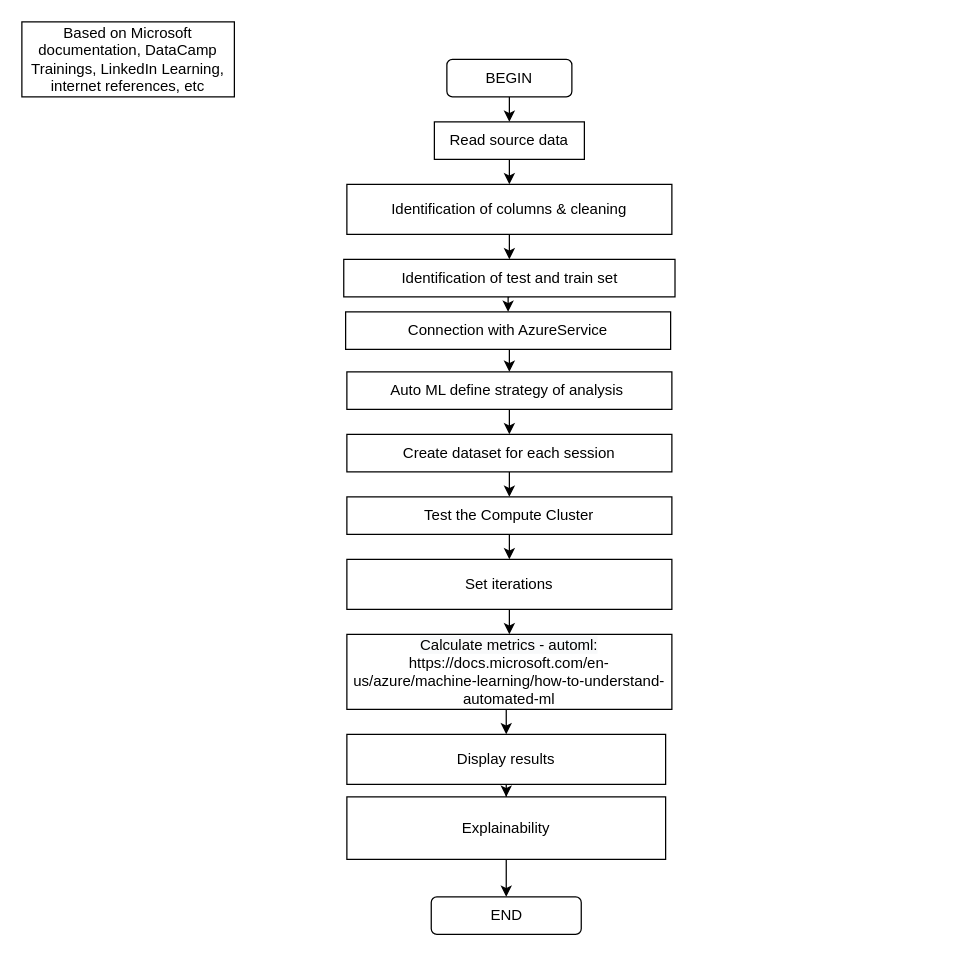
Earlier version of the draw.io diagram _docs/diagrams/[model]-ml_logic_basic_flow.drawio (brown9804/ML_Introduction). Source tidied: cells renumbered, new cells numbered last; positions are measured from the earlier drawing's top-left corner, leaving out a move shared by most shapes. Both pictures are drawn from the tidied source at 125%, with x=0, y=0 at pixel (21, 21).
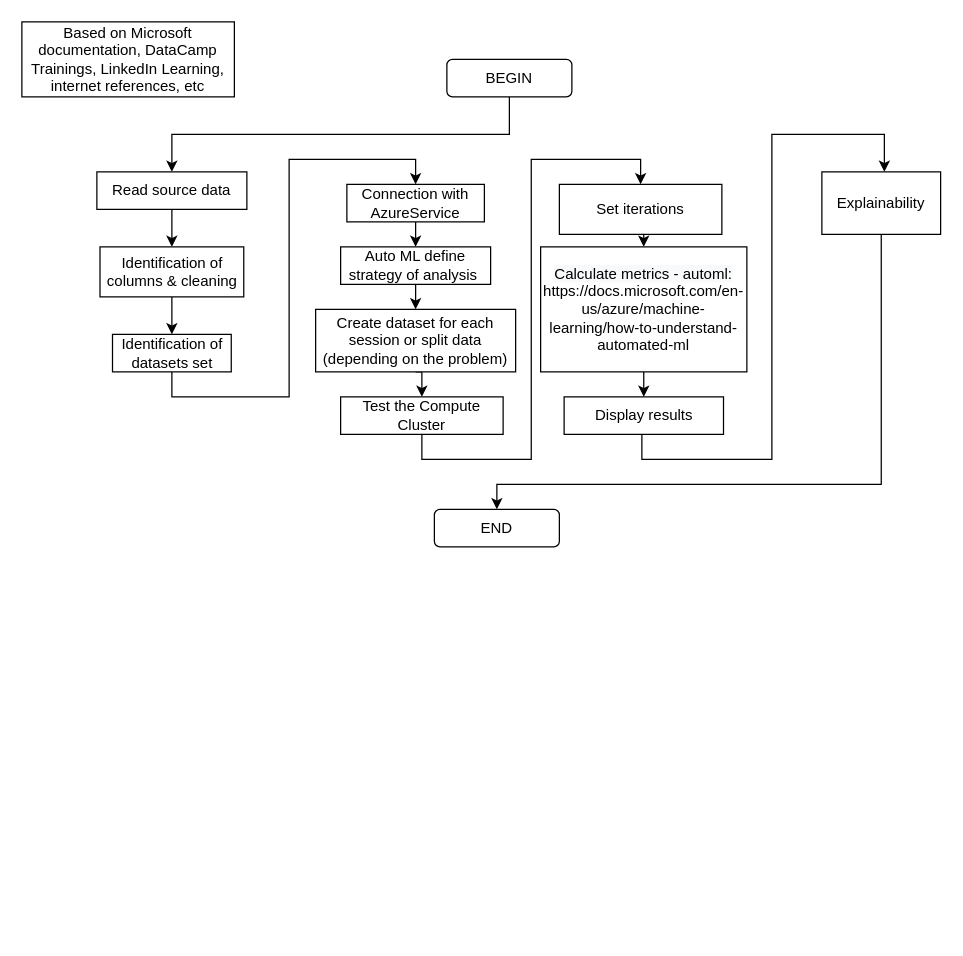
The same page after the edit.

Commit message:
formatting -> 4 stages

Diff of the diagram source:
```diff
@@
     <mxCell id="5" value="Read source data" style="rounded=0;whiteSpace=wrap;html=1;" parent="1" vertex="1">
-      <mxGeometry x="330" y="80" width="120" height="30" as="geometry" />
+      <mxGeometry x="60" y="120" width="120" height="30" as="geometry" />
     </mxCell>
@@
     <mxCell id="7" value="Identification of columns &amp;amp; cleaning" style="rounded=0;whiteSpace=wrap;html=1;" parent="1" vertex="1">
-      <mxGeometry x="260" y="130" width="260" height="40" as="geometry" />
+      <mxGeometry x="62.5" y="180" width="115" height="40" as="geometry" />
     </mxCell>
@@
-    <mxCell id="9" value="Identification of test and train set" style="rounded=0;whiteSpace=wrap;html=1;" parent="1" vertex="1">
-      <mxGeometry x="257.5" y="190" width="265" height="30" as="geometry" />
+    <mxCell id="9" value="Identification of datasets set" style="rounded=0;whiteSpace=wrap;html=1;" parent="1" vertex="1">
+      <mxGeometry x="72.5" y="250" width="95" height="30" as="geometry" />
     </mxCell>
@@
     <mxCell id="11" value="Connection with AzureService" style="rounded=0;whiteSpace=wrap;html=1;" parent="1" vertex="1">
-      <mxGeometry x="259" y="232" width="260" height="30" as="geometry" />
+      <mxGeometry x="260" y="130" width="110" height="30" as="geometry" />
     </mxCell>
@@
     <mxCell id="13" value="Auto ML define strategy of analysis&amp;nbsp;" style="rounded=0;whiteSpace=wrap;html=1;" parent="1" vertex="1">
-      <mxGeometry x="260" y="280" width="260" height="30" as="geometry" />
+      <mxGeometry x="255" y="180" width="120" height="30" as="geometry" />
     </mxCell>
@@
-    <mxCell id="15" value="Create dataset for each session" style="rounded=0;whiteSpace=wrap;html=1;" parent="1" vertex="1">
-      <mxGeometry x="260" y="330" width="260" height="30" as="geometry" />
+    <mxCell id="15" value="Create dataset for each session or split data (depending on the problem)" style="rounded=0;whiteSpace=wrap;html=1;" parent="1" vertex="1">
+      <mxGeometry x="235" y="230" width="160" height="50" as="geometry" />
     </mxCell>
@@
     <mxCell id="17" value="Test the Compute Cluster" style="rounded=0;whiteSpace=wrap;html=1;" parent="1" vertex="1">
-      <mxGeometry x="260" y="380" width="260" height="30" as="geometry" />
+      <mxGeometry x="255" y="300" width="130" height="30" as="geometry" />
     </mxCell>
@@
     <mxCell id="19" value="Set iterations" style="rounded=0;whiteSpace=wrap;html=1;" parent="1" vertex="1">
-      <mxGeometry x="260" y="430" width="260" height="40" as="geometry" />
+      <mxGeometry x="430" y="130" width="130" height="40" as="geometry" />
     </mxCell>
     <mxCell id="20" style="edgeStyle=orthogonalEdgeStyle;rounded=0;jettySize=auto;html=1;exitX=0.5;exitY=1;exitDx=0;exitDy=0;" parent="1" edge="1" source="21" target="23">
-      <mxGeometry relative="1" as="geometry" />
+      <mxGeometry relative="1" as="geometry">
+        <Array as="points">
+          <mxPoint x="496" y="330" />
+          <mxPoint x="496" y="350" />
+          <mxPoint x="600" y="350" />
+          <mxPoint x="600" y="90" />
+          <mxPoint x="690" y="90" />
+        </Array>
+      </mxGeometry>
     </mxCell>
     <mxCell id="21" value="Display results" style="rounded=0;whiteSpace=wrap;html=1;" parent="1" vertex="1">
-      <mxGeometry x="260" y="570" width="255" height="40" as="geometry" />
+      <mxGeometry x="433.8" y="300" width="127.5" height="30" as="geometry" />
     </mxCell>
     <mxCell id="22" style="edgeStyle=orthogonalEdgeStyle;rounded=0;jettySize=auto;html=1;exitX=0.5;exitY=1;exitDx=0;exitDy=0;entryX=0.5;entryY=0;entryDx=0;entryDy=0;" parent="1" edge="1" source="23" target="24">
-      <mxGeometry relative="1" as="geometry" />
+      <mxGeometry relative="1" as="geometry">
+        <Array as="points">
+          <mxPoint x="687" y="370" />
+          <mxPoint x="380" y="370" />
+        </Array>
+      </mxGeometry>
     </mxCell>
     <mxCell id="23" value="Explainability" style="rounded=0;whiteSpace=wrap;html=1;" parent="1" vertex="1">
-      <mxGeometry x="260" y="620" width="255" height="50" as="geometry" />
+      <mxGeometry x="640" y="120" width="95" height="50" as="geometry" />
     </mxCell>
     <mxCell id="24" value="END" style="rounded=1;whiteSpace=wrap;html=1;" parent="1" vertex="1">
-      <mxGeometry x="327.5" y="700" width="120" height="30" as="geometry" />
+      <mxGeometry x="330" y="390" width="100" height="30" as="geometry" />
     </mxCell>
@@
     <mxCell id="26" value="&lt;span style=&quot;color: rgb(0 , 0 , 0) ; font-family: &amp;#34;helvetica&amp;#34; ; font-size: 12px ; font-style: normal ; font-weight: 400 ; letter-spacing: normal ; text-align: center ; text-indent: 0px ; text-transform: none ; word-spacing: 0px ; background-color: rgb(248 , 249 , 250) ; display: inline ; float: none&quot;&gt;Calculate metrics - automl:&lt;/span&gt;&lt;br style=&quot;color: rgb(0 , 0 , 0) ; font-family: &amp;#34;helvetica&amp;#34; ; font-size: 12px ; font-style: normal ; font-weight: 400 ; letter-spacing: normal ; text-align: center ; text-indent: 0px ; text-transform: none ; word-spacing: 0px ; background-color: rgb(248 , 249 , 250)&quot;&gt;&lt;font face=&quot;helvetica&quot;&gt;https://docs.microsoft.com/en-us/azure/machine-learning/how-to-understand-automated-ml&lt;/font&gt;" style="rounded=0;whiteSpace=wrap;html=1;" parent="1" vertex="1">
-      <mxGeometry x="260" y="490" width="260" height="60" as="geometry" />
+      <mxGeometry x="415" y="180" width="165" height="100" as="geometry" />
     </mxCell>
@@
+    <mxCell id="28" style="edgeStyle=orthogonalEdgeStyle;rounded=0;orthogonalLoop=1;jettySize=auto;html=1;exitX=0.5;exitY=1;exitDx=0;exitDy=0;" parent="1" edge="1" source="24" target="24">
+      <mxGeometry relative="1" as="geometry" />
+    </mxCell>
```
